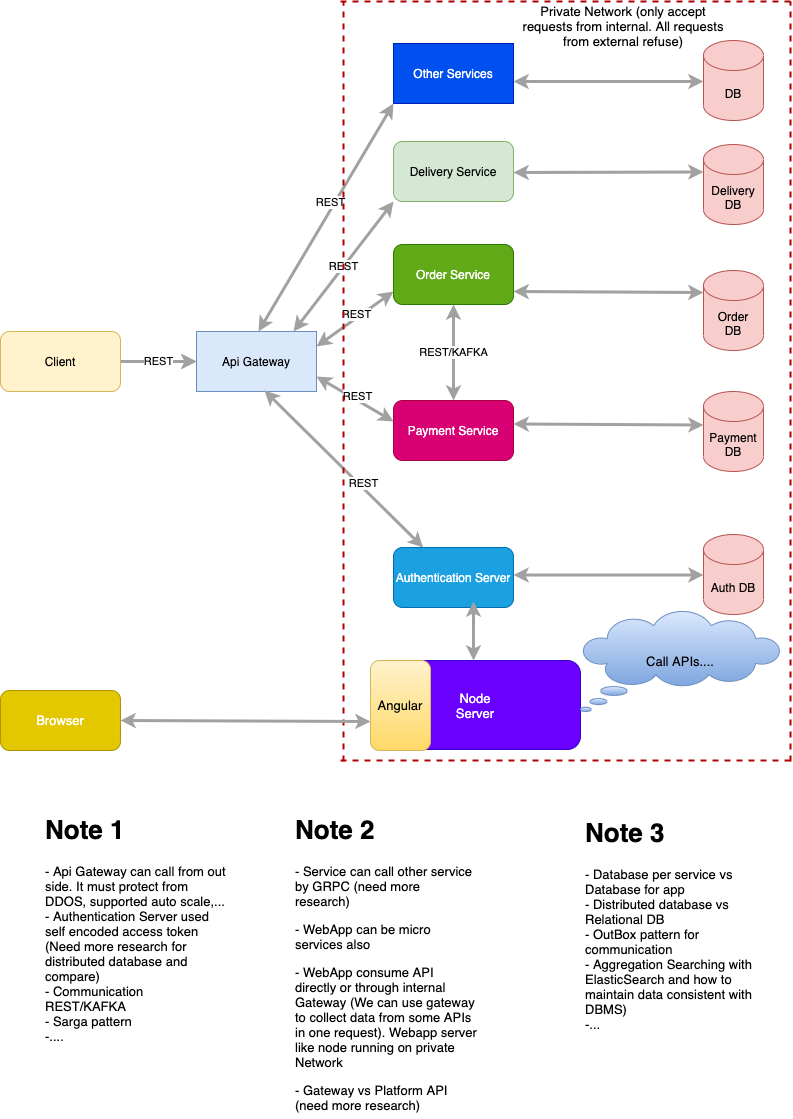
Earlier version of the draw.io export public/img/20210417/bigpicture.png (tuannguyendang/blog). Source tidied: cells renumbered, new cells last; positions are measured from the earlier drawing's top-left corner, leaving out a move shared by most shapes.
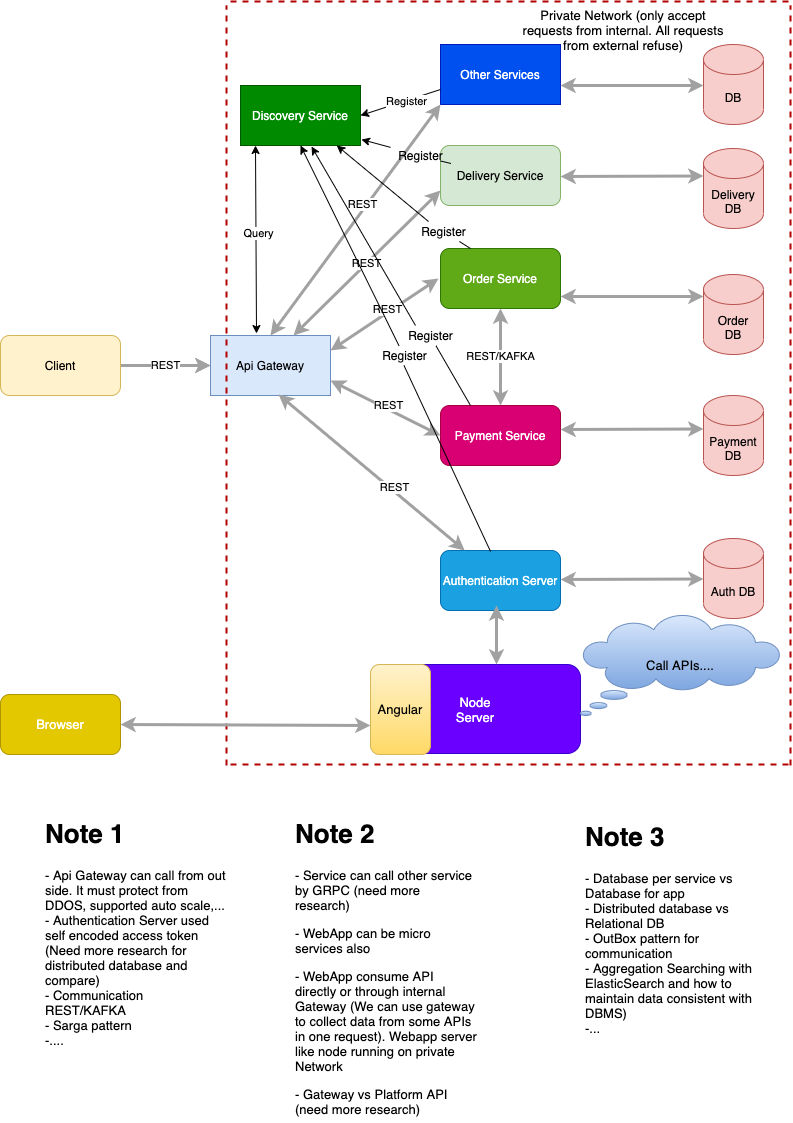
The same file after the commit.

What changed in the source:
```diff
@@ -12,19 +12,19 @@
       <mxGeometry y="330" width="120" height="60" as="geometry" />
     </mxCell>
     <mxCell id="5" value="Api Gateway" style="rounded=0;whiteSpace=wrap;html=1;fillColor=#dae8fc;strokeColor=#6c8ebf;" parent="1" vertex="1">
-      <mxGeometry x="196" y="330" width="120" height="60" as="geometry" />
+      <mxGeometry x="210" y="330" width="120" height="60" as="geometry" />
     </mxCell>
     <mxCell id="6" value="Order Service" style="rounded=1;whiteSpace=wrap;html=1;fillColor=#60a917;strokeColor=#2D7600;fontColor=#ffffff;" parent="1" vertex="1">
-      <mxGeometry x="393" y="243" width="120" height="60" as="geometry" />
+      <mxGeometry x="440" y="243" width="120" height="60" as="geometry" />
     </mxCell>
     <mxCell id="7" value="Delivery Service" style="rounded=1;whiteSpace=wrap;html=1;fillColor=#d5e8d4;strokeColor=#82b366;" parent="1" vertex="1">
-      <mxGeometry x="393" y="140" width="120" height="60" as="geometry" />
+      <mxGeometry x="440" y="140" width="120" height="60" as="geometry" />
     </mxCell>
     <mxCell id="8" value="Payment Service" style="rounded=1;whiteSpace=wrap;html=1;fillColor=#d80073;strokeColor=#A50040;fontColor=#ffffff;" parent="1" vertex="1">
-      <mxGeometry x="393" y="399" width="120" height="60" as="geometry" />
+      <mxGeometry x="440" y="400" width="120" height="60" as="geometry" />
     </mxCell>
     <mxCell id="9" value="Authentication Server" style="rounded=1;whiteSpace=wrap;html=1;fillColor=#1ba1e2;strokeColor=#006EAF;fontColor=#ffffff;" parent="1" vertex="1">
-      <mxGeometry x="393" y="546" width="120" height="60" as="geometry" />
+      <mxGeometry x="440" y="545" width="120" height="60" as="geometry" />
     </mxCell>
     <mxCell id="10" value="Auth DB" style="shape=cylinder3;whiteSpace=wrap;html=1;boundedLbl=1;backgroundOutline=1;size=15;fillColor=#f8cecc;strokeColor=#b85450;" parent="1" vertex="1">
       <mxGeometry x="703" y="533" width="60" height="80" as="geometry" />
@@ -36,16 +36,16 @@
       <mxGeometry x="703" y="143" width="60" height="80" as="geometry" />
     </mxCell>
     <mxCell id="13" value="Other Services" style="rounded=0;whiteSpace=wrap;html=1;fillColor=#0050ef;strokeColor=#001DBC;fontColor=#ffffff;" parent="1" vertex="1">
-      <mxGeometry x="393" y="42" width="120" height="60" as="geometry" />
+      <mxGeometry x="440" y="39" width="120" height="60" as="geometry" />
     </mxCell>
-    <mxCell id="14" value="REST" style="endArrow=classic;startArrow=classic;html=1;entryX=0;entryY=1;entryDx=0;entryDy=0;strokeWidth=3;strokeColor=#A1A1A1;" parent="1" edge="1" target="7">
+    <mxCell id="14" value="REST" style="endArrow=classic;startArrow=classic;html=1;entryX=0;entryY=0.75;entryDx=0;entryDy=0;strokeWidth=3;strokeColor=#A1A1A1;" parent="1" edge="1" target="7">
       <mxGeometry relative="1" as="geometry">
         <mxPoint x="293" y="330" as="sourcePoint" />
       </mxGeometry>
     </mxCell>
     <mxCell id="15" style="endArrow=classic;startArrow=classic;html=1;strokeWidth=3;strokeColor=#A1A1A1;exitX=1;exitY=0.25;exitDx=0;exitDy=0;" parent="1" edge="1" source="5">
       <mxGeometry relative="1" as="geometry">
-        <mxPoint x="393" y="290" as="targetPoint" />
+        <mxPoint x="438" y="273" as="targetPoint" />
       </mxGeometry>
     </mxCell>
     <mxCell id="16" value="REST" style="edgeLabel;html=1;align=center;verticalAlign=middle;" parent="15" vertex="1">
@@ -53,7 +53,7 @@
     </mxCell>
     <mxCell id="17" style="endArrow=classic;startArrow=classic;html=1;strokeWidth=3;strokeColor=#A1A1A1;exitX=1;exitY=0.75;exitDx=0;exitDy=0;" parent="1" edge="1" source="5">
       <mxGeometry relative="1" as="geometry">
-        <mxPoint x="393" y="420" as="targetPoint" />
+        <mxPoint x="440" y="430" as="targetPoint" />
       </mxGeometry>
     </mxCell>
     <mxCell id="18" value="REST" style="edgeLabel;html=1;align=center;verticalAlign=middle;fontSize=11;" parent="17" vertex="1">
@@ -67,28 +67,26 @@
     </mxCell>
     <mxCell id="21" style="endArrow=classic;startArrow=classic;html=1;entryX=0;entryY=0;entryDx=0;entryDy=52.5;entryPerimeter=0;strokeWidth=3;strokeColor=#A1A1A1;" parent="1" edge="1">
       <mxGeometry relative="1" as="geometry">
-        <mxPoint x="513" y="171" as="sourcePoint" />
+        <mxPoint x="560" y="171" as="sourcePoint" />
         <mxPoint x="703" y="170.5" as="targetPoint" />
       </mxGeometry>
     </mxCell>
     <mxCell id="22" style="endArrow=classic;startArrow=classic;html=1;entryX=0;entryY=0.275;entryDx=0;entryDy=0;entryPerimeter=0;strokeWidth=3;strokeColor=#A1A1A1;" parent="1" edge="1" target="11">
       <mxGeometry relative="1" as="geometry">
-        <mxPoint x="513" y="290" as="sourcePoint" />
+        <mxPoint x="560" y="291" as="sourcePoint" />
       </mxGeometry>
     </mxCell>
-    <mxCell id="23" style="endArrow=classic;startArrow=classic;html=1;entryX=0;entryY=1;entryDx=0;entryDy=-15;entryPerimeter=0;exitX=1;exitY=0.542;exitDx=0;exitDy=0;exitPerimeter=0;strokeWidth=3;strokeColor=#A1A1A1;" parent="1" edge="1">
+    <mxCell id="23" style="endArrow=classic;startArrow=classic;html=1;entryX=0;entryY=1;entryDx=0;entryDy=-15;entryPerimeter=0;strokeWidth=3;strokeColor=#A1A1A1;" parent="1" edge="1">
       <mxGeometry relative="1" as="geometry">
-        <mxPoint x="513" y="573.5" as="sourcePoint" />
+        <mxPoint x="560" y="574" as="sourcePoint" />
         <mxPoint x="703" y="573.5" as="targetPoint" />
       </mxGeometry>
     </mxCell>
     <mxCell id="24" value="DB" style="shape=cylinder3;whiteSpace=wrap;html=1;boundedLbl=1;backgroundOutline=1;size=15;fillColor=#f8cecc;strokeColor=#b85450;" parent="1" vertex="1">
       <mxGeometry x="703" y="39" width="60" height="80" as="geometry" />
     </mxCell>
-    <mxCell id="25" style="endArrow=classic;startArrow=classic;html=1;entryX=0;entryY=1;entryDx=0;entryDy=0;strokeColor=#A1A1A1;strokeWidth=3;" parent="1" edge="1" target="13">
-      <mxGeometry relative="1" as="geometry">
-        <mxPoint x="258" y="330" as="sourcePoint" />
-      </mxGeometry>
+    <mxCell id="25" style="endArrow=classic;startArrow=classic;html=1;entryX=0;entryY=1;entryDx=0;entryDy=0;strokeColor=#A1A1A1;strokeWidth=3;exitX=0.5;exitY=0;exitDx=0;exitDy=0;" parent="1" edge="1" source="5" target="13">
+      <mxGeometry relative="1" as="geometry" />
     </mxCell>
     <mxCell id="26" value="REST" style="edgeLabel;html=1;align=center;verticalAlign=middle;" parent="25" vertex="1">
       <mxGeometry x="0.11" y="5" relative="1" as="geometry">
@@ -97,7 +95,7 @@
     </mxCell>
     <mxCell id="27" style="endArrow=classic;startArrow=classic;html=1;strokeColor=#A1A1A1;strokeWidth=3;" parent="1" edge="1">
       <mxGeometry relative="1" as="geometry">
-        <mxPoint x="513" y="80" as="sourcePoint" />
+        <mxPoint x="560" y="80" as="sourcePoint" />
         <mxPoint x="703" y="80" as="targetPoint" />
       </mxGeometry>
     </mxCell>
@@ -106,7 +104,7 @@
     </mxCell>
     <mxCell id="29" style="endArrow=classic;startArrow=classic;html=1;entryX=0;entryY=0.275;entryDx=0;entryDy=0;entryPerimeter=0;strokeWidth=3;strokeColor=#A1A1A1;" parent="1" edge="1">
       <mxGeometry relative="1" as="geometry">
-        <mxPoint x="513" y="422.5" as="sourcePoint" />
+        <mxPoint x="560" y="424" as="sourcePoint" />
         <mxPoint x="703" y="423.5" as="targetPoint" />
       </mxGeometry>
     </mxCell>
@@ -115,20 +113,20 @@
     </mxCell>
     <mxCell id="31" style="endArrow=none;dashed=1;html=1;strokeColor=#B20000;strokeWidth=2;fillColor=#e51400;fontSize=11;" parent="1" edge="1">
       <mxGeometry relative="1" as="geometry">
-        <mxPoint x="343" y="760" as="sourcePoint" />
-        <mxPoint x="343" as="targetPoint" />
+        <mxPoint x="226" y="760" as="sourcePoint" />
+        <mxPoint x="226" as="targetPoint" />
       </mxGeometry>
     </mxCell>
     <mxCell id="32" style="endArrow=none;dashed=1;html=1;strokeColor=#B20000;strokeWidth=2;fillColor=#e51400;" parent="1" edge="1">
       <mxGeometry relative="1" as="geometry">
-        <mxPoint x="340" y="759" as="sourcePoint" />
+        <mxPoint x="230" y="759" as="sourcePoint" />
         <mxPoint x="790" y="759" as="targetPoint" />
       </mxGeometry>
     </mxCell>
     <mxCell id="33" style="endArrow=none;dashed=1;html=1;strokeColor=#B20000;strokeWidth=2;fillColor=#e51400;" parent="1" edge="1">
       <mxGeometry relative="1" as="geometry">
-        <mxPoint x="340" as="sourcePoint" />
-        <mxPoint x="790" as="targetPoint" />
+        <mxPoint x="230" y="-4" as="sourcePoint" />
+        <mxPoint x="790" y="-4" as="targetPoint" />
       </mxGeometry>
     </mxCell>
     <mxCell id="34" style="endArrow=none;dashed=1;html=1;strokeColor=#B20000;strokeWidth=2;fillColor=#e51400;" parent="1" edge="1">
@@ -168,9 +166,63 @@
     </mxCell>
     <mxCell id="44" style="endArrow=classic;startArrow=classic;html=1;strokeWidth=3;strokeColor=#A1A1A1;" parent="1" edge="1">
       <mxGeometry relative="1" as="geometry">
-        <mxPoint x="473" y="600" as="sourcePoint" />
-        <mxPoint x="473" y="659" as="targetPoint" />
+        <mxPoint x="496" y="600" as="sourcePoint" />
+        <mxPoint x="496" y="659" as="targetPoint" />
       </mxGeometry>
     </mxCell>
+    <mxCell id="45" value="Discovery Service" style="rounded=0;whiteSpace=wrap;html=1;fillColor=#008a00;strokeColor=#005700;fontColor=#ffffff;" parent="1" vertex="1">
+      <mxGeometry x="240" y="80" width="120" height="60" as="geometry" />
+    </mxCell>
+    <mxCell id="46" style="endArrow=classic;startArrow=classic;html=1;exitX=0.425;exitY=-0.033;exitDx=0;exitDy=0;exitPerimeter=0;" parent="1" edge="1">
+      <mxGeometry relative="1" as="geometry">
+        <mxPoint x="256" y="328" as="sourcePoint" />
+        <mxPoint x="255" y="140" as="targetPoint" />
+      </mxGeometry>
+    </mxCell>
+    <mxCell id="47" value="Query" style="edgeLabel;html=1;align=center;verticalAlign=middle;" parent="46" vertex="1">
+      <mxGeometry x="0.07" y="-2" relative="1" as="geometry" />
+    </mxCell>
+    <mxCell id="48" style="endArrow=classic;html=1;entryX=1;entryY=0.5;entryDx=0;entryDy=0;exitX=0;exitY=0.75;exitDx=0;exitDy=0;" parent="1" edge="1" source="13" target="45">
+      <mxGeometry relative="1" as="geometry" />
+    </mxCell>
+    <mxCell id="49" value="Register" style="edgeLabel;html=1;align=center;verticalAlign=middle;" parent="48" vertex="1">
+      <mxGeometry x="-0.15" relative="1" as="geometry" />
+    </mxCell>
+    <mxCell id="50" style="endArrow=classic;html=1;entryX=1.008;entryY=0.9;entryDx=0;entryDy=0;entryPerimeter=0;startArrow=none;" parent="1" edge="1" source="60" target="45">
+      <mxGeometry relative="1" as="geometry" />
+    </mxCell>
+    <mxCell id="51" style="endArrow=classic;html=1;exitX=0.25;exitY=0;exitDx=0;exitDy=0;startArrow=none;" parent="1" edge="1" source="58" target="45">
+      <mxGeometry relative="1" as="geometry" />
+    </mxCell>
+    <mxCell id="52" style="endArrow=classic;html=1;exitX=0.25;exitY=0;exitDx=0;exitDy=0;entryX=0.592;entryY=1.017;entryDx=0;entryDy=0;entryPerimeter=0;startArrow=none;" parent="1" edge="1" source="54" target="45">
+      <mxGeometry relative="1" as="geometry" />
+    </mxCell>
+    <mxCell id="53" style="endArrow=classic;html=1;entryX=0.5;entryY=1;entryDx=0;entryDy=0;exitX=0.417;exitY=0.017;exitDx=0;exitDy=0;exitPerimeter=0;startArrow=none;" parent="1" edge="1" source="56" target="45">
+      <mxGeometry relative="1" as="geometry" />
+    </mxCell>
+    <mxCell id="54" value="Register" style="text;html=1;align=center;verticalAlign=middle;points=[];strokeColor=none;" parent="1" vertex="1">
+      <mxGeometry x="400" y="320" width="60" height="20" as="geometry" />
+    </mxCell>
+    <mxCell id="55" style="endArrow=none;html=1;exitX=0.25;exitY=0;exitDx=0;exitDy=0;entryX=0.592;entryY=1.017;entryDx=0;entryDy=0;entryPerimeter=0;" parent="1" edge="1" source="8" target="54">
+      <mxGeometry relative="1" as="geometry" />
+    </mxCell>
+    <mxCell id="56" value="Register" style="text;html=1;align=center;verticalAlign=middle;points=[];strokeColor=none;" parent="1" vertex="1">
+      <mxGeometry x="373.5" y="340" width="60" height="20" as="geometry" />
+    </mxCell>
+    <mxCell id="57" style="endArrow=none;html=1;entryX=0.5;entryY=1;entryDx=0;entryDy=0;exitX=0.417;exitY=0.017;exitDx=0;exitDy=0;exitPerimeter=0;" parent="1" edge="1" source="9" target="56">
+      <mxGeometry relative="1" as="geometry" />
+    </mxCell>
+    <mxCell id="58" value="Register" style="text;html=1;align=center;verticalAlign=middle;points=[];strokeColor=none;" parent="1" vertex="1">
+      <mxGeometry x="413" y="216" width="60" height="20" as="geometry" />
+    </mxCell>
+    <mxCell id="59" style="endArrow=none;html=1;exitX=0.25;exitY=0;exitDx=0;exitDy=0;" parent="1" edge="1" source="6" target="58">
+      <mxGeometry relative="1" as="geometry" />
+    </mxCell>
+    <mxCell id="60" value="Register" style="text;html=1;align=center;verticalAlign=middle;points=[];strokeColor=none;" parent="1" vertex="1">
+      <mxGeometry x="390" y="140" width="60" height="20" as="geometry" />
+    </mxCell>
+    <mxCell id="61" style="endArrow=none;html=1;entryX=1.008;entryY=0.9;entryDx=0;entryDy=0;entryPerimeter=0;" parent="1" edge="1" source="7" target="60">
+      <mxGeometry relative="1" as="geometry" />
+    </mxCell>
   </root>
 </mxGraphModel>
```
